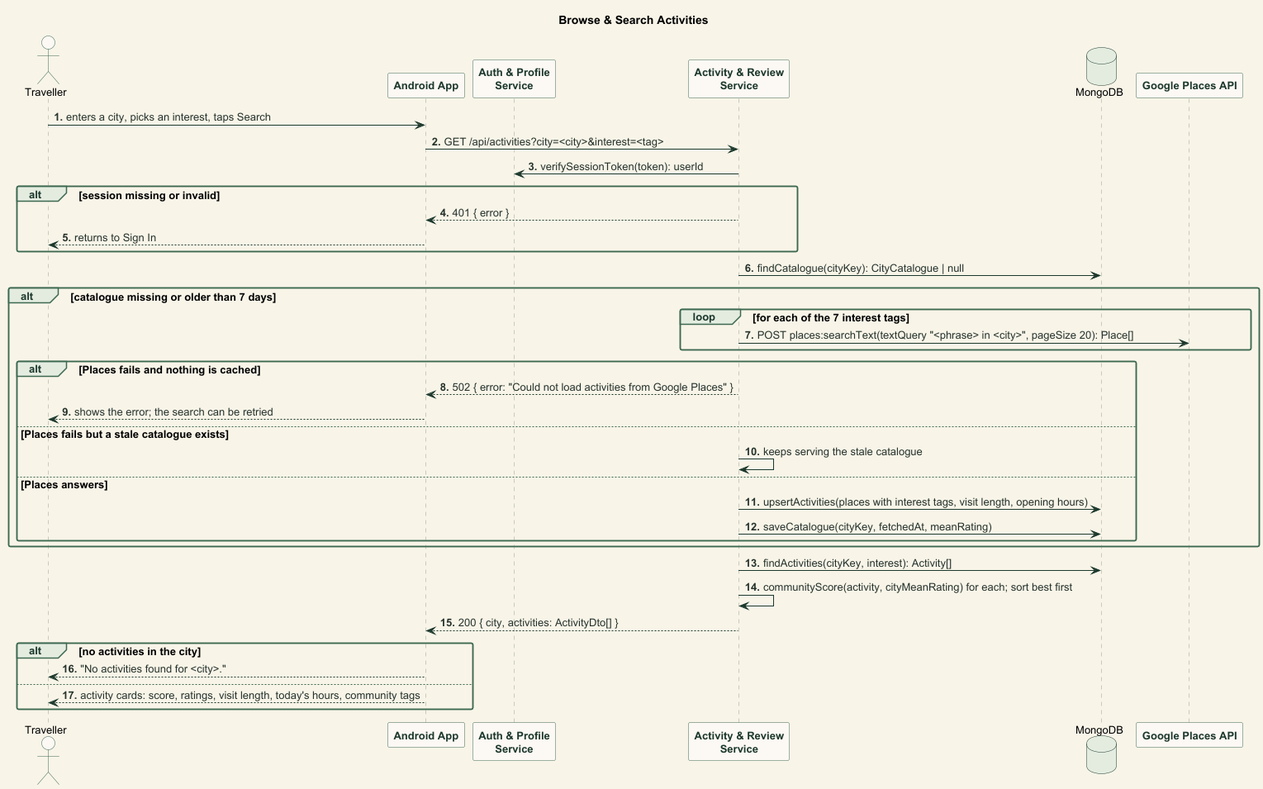
abhiverma13/TimeTravel keeps this PlantUML diagram as documentation/images/seq_browse_search_activities.png. Above is the earlier version.
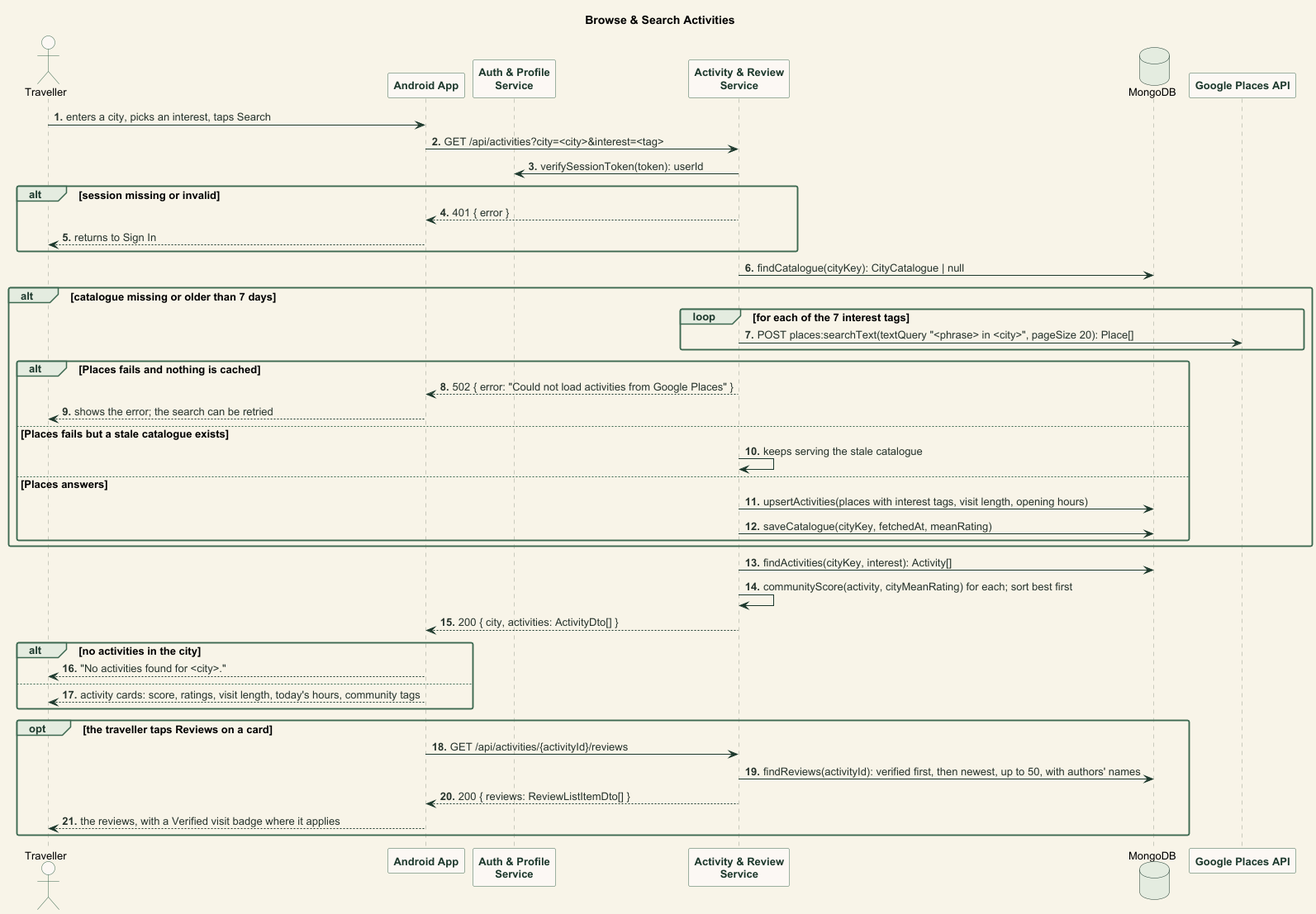
After the change.

Change to the diagram source:
```diff
@@ -39,4 +39,10 @@
 else
   App --> Traveller : activity cards: score, ratings, visit length, today's hours, community tags
 end
+opt the traveller taps Reviews on a card
+  App -> Activities : GET /api/activities/{activityId}/reviews
+  Activities -> MongoDB : findReviews(activityId): verified first, then newest, up to 50, with authors' names
+  Activities --> App : 200 { reviews: ReviewListItemDto[] }
+  App --> Traveller : the reviews, with a Verified visit badge where it applies
+end
 @enduml
```
